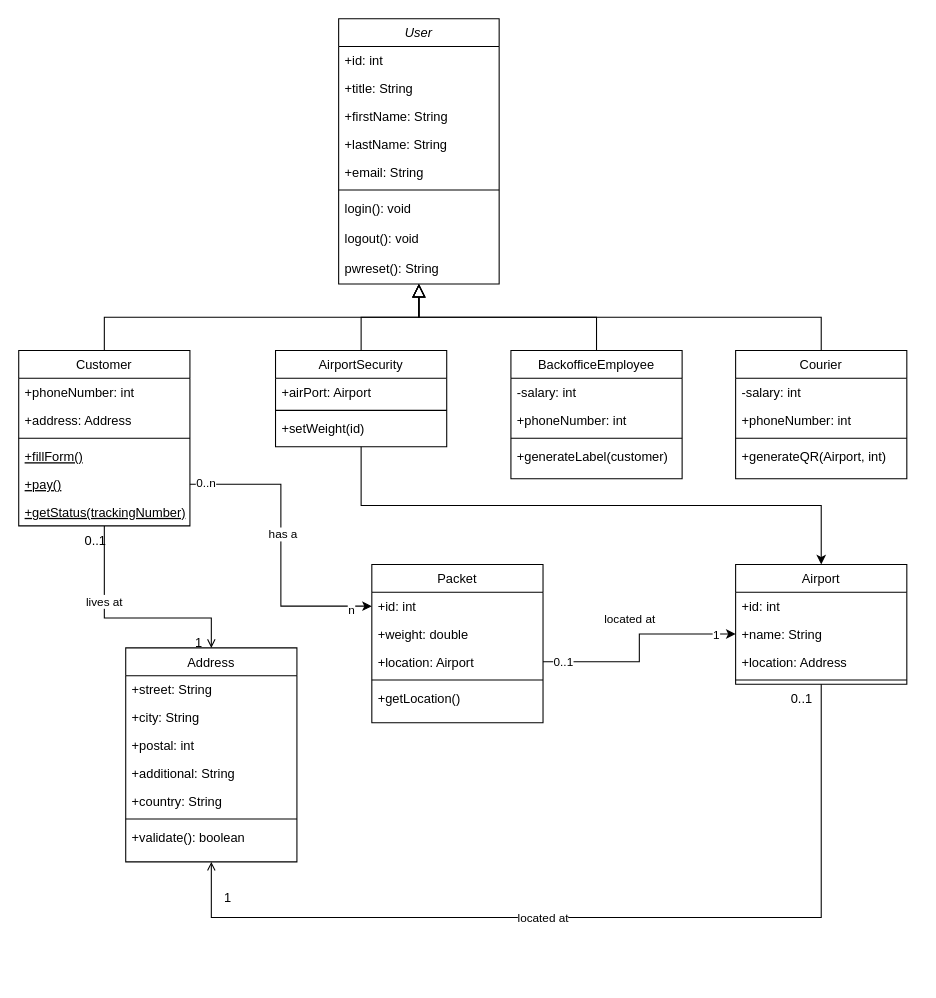
ferreric/ffhs_swem keeps this draw.io diagram as lb_klassendiagramm.drawio. Above is the earlier version. Source tidied: cells renumbered, new cells numbered last; positions are measured from the earlier drawing's top-left corner, leaving out a move shared by most shapes. Both pictures are drawn from the tidied source at 107%, with x=0, y=0 at pixel (18, 18).
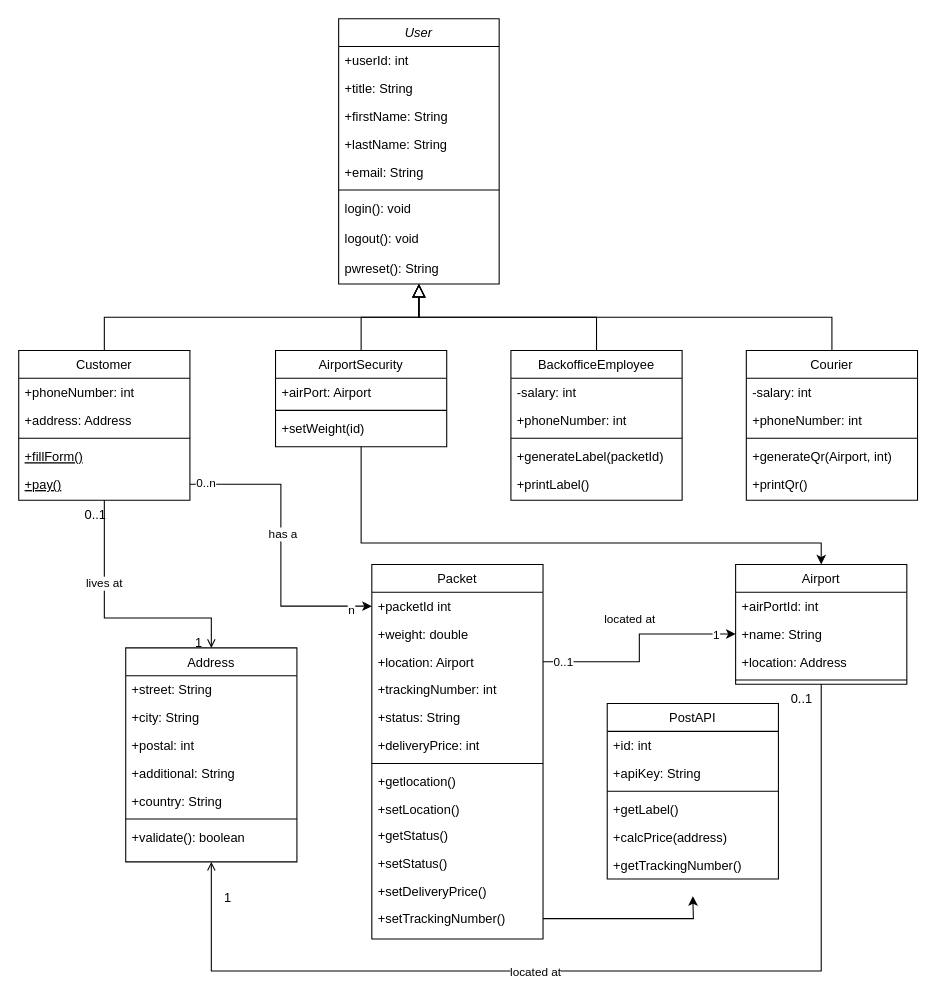
After the change.

Unchanged cells that the change refers to:
```xml
<mxCell id="2" value="User" style="swimlane;fontStyle=2;align=center;verticalAlign=top;horizontal=1;startSize=26;rounded=0;shadow=0;strokeWidth=1;" parent="1" vertex="1">
  <mxGeometry x="299" width="150" height="248" as="geometry" />
</mxCell>
<mxCell id="21" value="AirportSecurity" style="swimlane;fontStyle=0;align=center;verticalAlign=top;horizontal=1;startSize=26;rounded=0;shadow=0;strokeWidth=1;" parent="1" vertex="1">
  <mxGeometry x="240" y="310" width="160" height="90" as="geometry" />
</mxCell>
<mxCell id="26" value="Address" style="swimlane;fontStyle=0;align=center;verticalAlign=top;horizontal=1;startSize=26;rounded=0;shadow=0;strokeWidth=1;" parent="1" vertex="1">
  <mxGeometry x="100" y="588" width="160" height="200" as="geometry" />
</mxCell>
<mxCell id="45" value="Airport" style="swimlane;fontStyle=0;align=center;verticalAlign=top;horizontal=1;startSize=26;rounded=0;shadow=0;strokeWidth=1;" parent="1" vertex="1">
  <mxGeometry x="670" y="510" width="160" height="112" as="geometry" />
</mxCell>
```

Diff of the diagram source:
```diff
@@
-    <mxCell id="3" value="+id: int" style="text;align=left;verticalAlign=top;spacingLeft=4;spacingRight=4;overflow=hidden;" parent="2" vertex="1">
+    <mxCell id="3" value="+userId: int" style="text;align=left;verticalAlign=top;spacingLeft=4;spacingRight=4;overflow=hidden;" parent="2" vertex="1">
       <mxGeometry y="26" width="150" height="26" as="geometry" />
     </mxCell>
@@
     <mxCell id="12" value="Customer" style="swimlane;fontStyle=0;align=center;verticalAlign=top;horizontal=1;startSize=26;rounded=0;shadow=0;strokeWidth=1;" parent="1" vertex="1">
-      <mxGeometry y="310" width="160" height="164" as="geometry" />
+      <mxGeometry y="310" width="160" height="140" as="geometry" />
     </mxCell>
@@
-    <mxCell id="18" value="+getStatus(trackingNumber)" style="text;align=left;verticalAlign=top;spacingLeft=4;spacingRight=4;overflow=hidden;fontStyle=4;" parent="12" vertex="1">
-      <mxGeometry y="138" width="160" height="26" as="geometry" />
-    </mxCell>
@@
     <mxCell id="20" style="edgeStyle=orthogonalEdgeStyle;rounded=0;jettySize=auto;html=1;exitX=0.5;exitY=1;exitDx=0;exitDy=0;entryX=0.5;entryY=0;entryDx=0;entryDy=0;" parent="1" edge="1" source="21" target="45">
-      <mxGeometry relative="1" as="geometry" />
+      <mxGeometry relative="1" as="geometry">
+        <Array as="points">
+          <mxPoint x="320" y="490" />
+          <mxPoint x="750" y="490" />
+        </Array>
+      </mxGeometry>
     </mxCell>
@@
     <mxCell id="38" value="Packet" style="swimlane;fontStyle=0;align=center;verticalAlign=top;horizontal=1;startSize=26;rounded=0;shadow=0;strokeWidth=1;" parent="1" vertex="1">
-      <mxGeometry x="330" y="510" width="160" height="148" as="geometry" />
+      <mxGeometry x="330" y="510" width="160" height="350" as="geometry" />
     </mxCell>
-    <mxCell id="39" value="+id: int" style="text;align=left;verticalAlign=top;spacingLeft=4;spacingRight=4;overflow=hidden;points=[[0,0.5],[1,0.5]];portConstraint=eastwest;" parent="38" vertex="1">
+    <mxCell id="39" value="+packetId int" style="text;align=left;verticalAlign=top;spacingLeft=4;spacingRight=4;overflow=hidden;points=[[0,0.5],[1,0.5]];portConstraint=eastwest;" parent="38" vertex="1">
       <mxGeometry y="26" width="160" height="26" as="geometry" />
     </mxCell>
@@
+    <mxCell id="43" value="+trackingNumber: int" style="text;align=left;verticalAlign=top;spacingLeft=4;spacingRight=4;overflow=hidden;" parent="38" vertex="1">
+      <mxGeometry y="104" width="160" height="26" as="geometry" />
+    </mxCell>
+    <mxCell id="73" value="+status: String" style="text;align=left;verticalAlign=top;spacingLeft=4;spacingRight=4;overflow=hidden;" parent="38" vertex="1">
+      <mxGeometry y="130" width="160" height="26" as="geometry" />
+    </mxCell>
+    <mxCell id="74" value="+deliveryPrice: int" style="text;align=left;verticalAlign=top;spacingLeft=4;spacingRight=4;overflow=hidden;" parent="38" vertex="1">
+      <mxGeometry y="156" width="160" height="26" as="geometry" />
+    </mxCell>
     <mxCell id="42" style="line;html=1;strokeWidth=1;align=left;verticalAlign=middle;spacingTop=-1;spacingLeft=3;spacingRight=3;labelPosition=right;" parent="38" vertex="1">
-      <mxGeometry y="104" width="160" height="8" as="geometry" />
+      <mxGeometry y="182" width="160" height="8" as="geometry" />
     </mxCell>
-    <mxCell id="43" value="+getLocation()" style="text;align=left;verticalAlign=top;spacingLeft=4;spacingRight=4;overflow=hidden;" parent="38" vertex="1">
-      <mxGeometry y="112" width="160" height="26" as="geometry" />
-    </mxCell>
+    <mxCell id="75" value="+getlocation()&#10;" style="text;align=left;verticalAlign=top;spacingLeft=4;spacingRight=4;overflow=hidden;" parent="38" vertex="1">
+      <mxGeometry y="190" width="160" height="26" as="geometry" />
+    </mxCell>
+    <mxCell id="76" value="+setLocation()&#10;" style="text;align=left;verticalAlign=top;spacingLeft=4;spacingRight=4;overflow=hidden;" parent="38" vertex="1">
+      <mxGeometry y="216" width="160" height="24" as="geometry" />
+    </mxCell>
+    <mxCell id="77" value="+getStatus()" style="text;align=left;verticalAlign=top;spacingLeft=4;spacingRight=4;overflow=hidden;" parent="38" vertex="1">
+      <mxGeometry y="240" width="160" height="26" as="geometry" />
+    </mxCell>
+    <mxCell id="78" value="+setStatus()" style="text;align=left;verticalAlign=top;spacingLeft=4;spacingRight=4;overflow=hidden;" parent="38" vertex="1">
+      <mxGeometry y="266" width="160" height="26" as="geometry" />
+    </mxCell>
+    <mxCell id="79" value="+setDeliveryPrice()" style="text;align=left;verticalAlign=top;spacingLeft=4;spacingRight=4;overflow=hidden;" parent="38" vertex="1">
+      <mxGeometry y="292" width="160" height="26" as="geometry" />
+    </mxCell>
+    <mxCell id="80" style="edgeStyle=orthogonalEdgeStyle;rounded=0;jettySize=auto;html=1;exitX=1;exitY=0.5;exitDx=0;exitDy=0;" parent="38" edge="1" source="81">
+      <mxGeometry relative="1" as="geometry">
+        <mxPoint x="300" y="310" as="targetPoint" />
+      </mxGeometry>
+    </mxCell>
+    <mxCell id="81" value="+setTrackingNumber()" style="text;align=left;verticalAlign=top;spacingLeft=4;spacingRight=4;overflow=hidden;points=[[0,0.5],[1,0.5]];portConstraint=eastwest;" parent="38" vertex="1">
+      <mxGeometry y="318" width="160" height="26" as="geometry" />
+    </mxCell>
@@
-    <mxCell id="46" value="+id: int&#10;" style="text;align=left;verticalAlign=top;spacingLeft=4;spacingRight=4;overflow=hidden;" parent="45" vertex="1">
+    <mxCell id="46" value="+airPortId: int&#10;" style="text;align=left;verticalAlign=top;spacingLeft=4;spacingRight=4;overflow=hidden;" parent="45" vertex="1">
       <mxGeometry y="26" width="160" height="26" as="geometry" />
     </mxCell>
@@
     <mxCell id="50" value="Courier" style="swimlane;fontStyle=0;align=center;verticalAlign=top;horizontal=1;startSize=26;rounded=0;shadow=0;strokeWidth=1;" parent="1" vertex="1">
-      <mxGeometry x="670" y="310" width="160" height="120" as="geometry" />
+      <mxGeometry x="680" y="310" width="160" height="140" as="geometry" />
     </mxCell>
@@
-    <mxCell id="54" value="+generateQR(Airport, int)&#10;" style="text;align=left;verticalAlign=top;spacingLeft=4;spacingRight=4;overflow=hidden;" parent="50" vertex="1">
+    <mxCell id="54" value="+generateQr(Airport, int)&#10;" style="text;align=left;verticalAlign=top;spacingLeft=4;spacingRight=4;overflow=hidden;" parent="50" vertex="1">
       <mxGeometry y="86" width="160" height="26" as="geometry" />
     </mxCell>
+    <mxCell id="82" value="+printQr()" style="text;align=left;verticalAlign=top;spacingLeft=4;spacingRight=4;overflow=hidden;" parent="50" vertex="1">
+      <mxGeometry y="112" width="160" height="26" as="geometry" />
+    </mxCell>
@@
     <mxCell id="56" style="endArrow=open;shadow=0;strokeWidth=1;rounded=0;endFill=1;edgeStyle=elbowEdgeStyle;elbow=vertical;exitX=0.5;exitY=1;exitDx=0;exitDy=0;entryX=0.5;entryY=1;entryDx=0;entryDy=0;" parent="1" edge="1" source="45" target="26">
       <mxGeometry x="0.5" y="41" relative="1" as="geometry">
         <Array as="points">
-          <mxPoint x="470" y="840" />
+          <mxPoint x="460" y="890" />
           <mxPoint x="480" y="810" />
           <mxPoint x="730" y="636" />
         </Array>
         <mxPoint x="-40" y="32" as="offset" />
       </mxGeometry>
     </mxCell>
@@
     <mxCell id="64" value="BackofficeEmployee" style="swimlane;fontStyle=0;align=center;verticalAlign=top;horizontal=1;startSize=26;rounded=0;shadow=0;strokeWidth=1;" parent="1" vertex="1">
-      <mxGeometry x="460" y="310" width="160" height="120" as="geometry" />
+      <mxGeometry x="460" y="310" width="160" height="140" as="geometry" />
     </mxCell>
@@
-    <mxCell id="68" value="+generateLabel(customer)&#10;" style="text;align=left;verticalAlign=top;spacingLeft=4;spacingRight=4;overflow=hidden;" parent="64" vertex="1">
+    <mxCell id="68" value="+generateLabel(packetId)&#10;" style="text;align=left;verticalAlign=top;spacingLeft=4;spacingRight=4;overflow=hidden;" parent="64" vertex="1">
       <mxGeometry y="86" width="160" height="26" as="geometry" />
     </mxCell>
+    <mxCell id="83" value="+printLabel()" style="text;align=left;verticalAlign=top;spacingLeft=4;spacingRight=4;overflow=hidden;" parent="64" vertex="1">
+      <mxGeometry y="112" width="160" height="26" as="geometry" />
+    </mxCell>
@@
+    <mxCell id="84" value="PostAPI" style="swimlane;fontStyle=0;align=center;verticalAlign=top;horizontal=1;startSize=26;rounded=0;shadow=0;strokeWidth=1;" parent="1" vertex="1">
+      <mxGeometry x="550" y="640" width="160" height="164" as="geometry" />
+    </mxCell>
+    <mxCell id="85" value="+id: int&#10;" style="text;align=left;verticalAlign=top;spacingLeft=4;spacingRight=4;overflow=hidden;" parent="84" vertex="1">
+      <mxGeometry y="26" width="160" height="26" as="geometry" />
+    </mxCell>
+    <mxCell id="86" value="+apiKey: String" style="text;align=left;verticalAlign=top;spacingLeft=4;spacingRight=4;overflow=hidden;" parent="84" vertex="1">
+      <mxGeometry y="52" width="160" height="26" as="geometry" />
+    </mxCell>
+    <mxCell id="87" style="line;html=1;strokeWidth=1;align=left;verticalAlign=middle;spacingTop=-1;spacingLeft=3;spacingRight=3;labelPosition=right;" parent="84" vertex="1">
+      <mxGeometry y="78" width="160" height="8" as="geometry" />
+    </mxCell>
+    <mxCell id="88" value="+getLabel()" style="text;align=left;verticalAlign=top;spacingLeft=4;spacingRight=4;overflow=hidden;" parent="84" vertex="1">
+      <mxGeometry y="86" width="160" height="26" as="geometry" />
+    </mxCell>
+    <mxCell id="89" value="+calcPrice(address)" style="text;align=left;verticalAlign=top;spacingLeft=4;spacingRight=4;overflow=hidden;" parent="84" vertex="1">
+      <mxGeometry y="112" width="160" height="26" as="geometry" />
+    </mxCell>
+    <mxCell id="90" value="+getTrackingNumber()" style="text;align=left;verticalAlign=top;spacingLeft=4;spacingRight=4;overflow=hidden;" parent="84" vertex="1">
+      <mxGeometry y="138" width="160" height="26" as="geometry" />
+    </mxCell>
```
